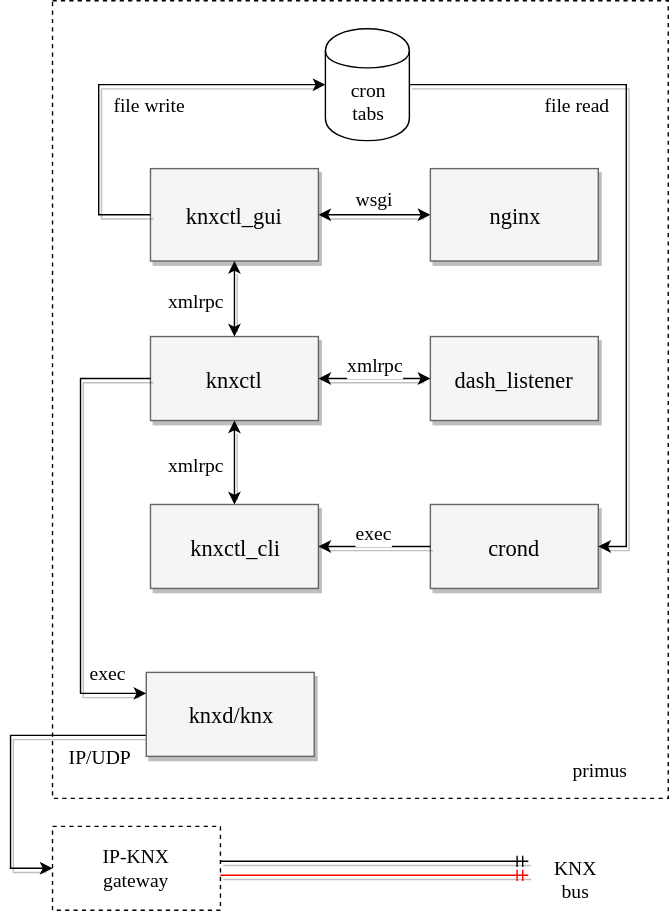
Earlier version of the draw.io export knxctl.svg (majes-github/knxctl). Source tidied: cells renumbered, new cells last; positions are measured from the earlier drawing's top-left corner, leaving out a move shared by most shapes.
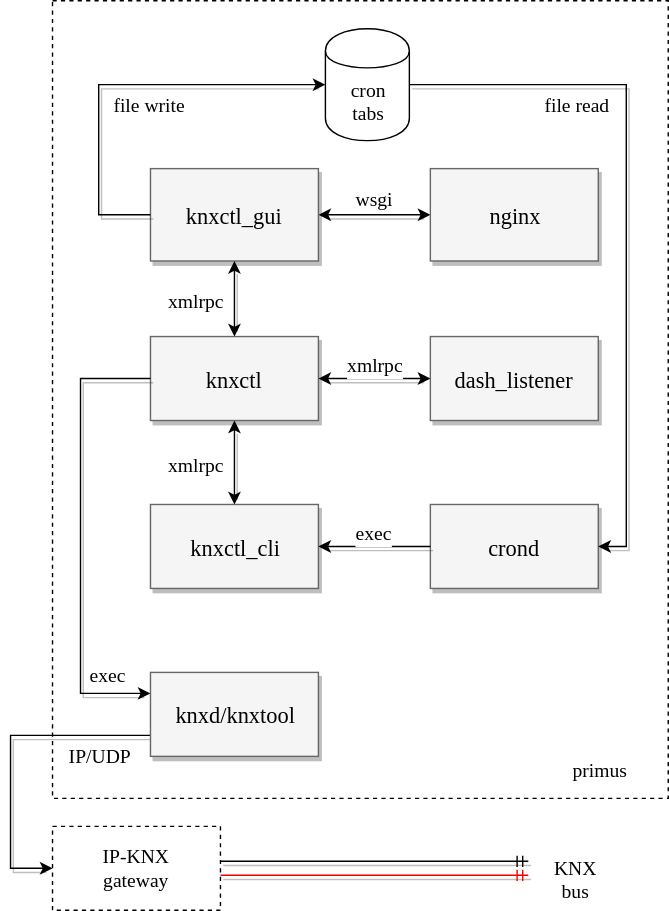
Later version of the same file.

The edit, as a diff of the source:
```diff
@@ -157,8 +157,8 @@
     <mxCell id="30" value="KNX bus" style="text;html=1;strokeColor=none;fillColor=none;align=center;verticalAlign=middle;whiteSpace=wrap;rounded=0;dashed=1;fontFamily=Tahoma;fontSize=14;" parent="1" vertex="1">
       <mxGeometry x="478" y="610" width="60" height="20" as="geometry" />
     </mxCell>
-    <mxCell id="31" value="knxd/knx" style="whiteSpace=wrap;html=1;shadow=1;fontSize=16;fillColor=#f5f5f5;strokeColor=#666666;fontFamily=Tahoma;" parent="1" vertex="1">
-      <mxGeometry x="201" y="480" width="120" height="60" as="geometry" />
+    <mxCell id="31" value="knxd/knxtool" style="whiteSpace=wrap;html=1;shadow=1;fontSize=16;fillColor=#f5f5f5;strokeColor=#666666;fontFamily=Tahoma;" parent="1" vertex="1">
+      <mxGeometry x="204" y="480" width="120" height="60" as="geometry" />
     </mxCell>
     <mxCell id="32" style="edgeStyle=elbowEdgeStyle;rounded=0;html=1;startArrow=none;startFill=0;jettySize=auto;fontSize=16;elbow=vertical;shadow=1;fontFamily=Tahoma;entryX=0;entryY=0.25;entryDx=0;entryDy=0;exitX=0;exitY=0.5;exitDx=0;exitDy=0;" parent="1" edge="1" source="6" target="31">
       <mxGeometry relative="1" as="geometry">
```
